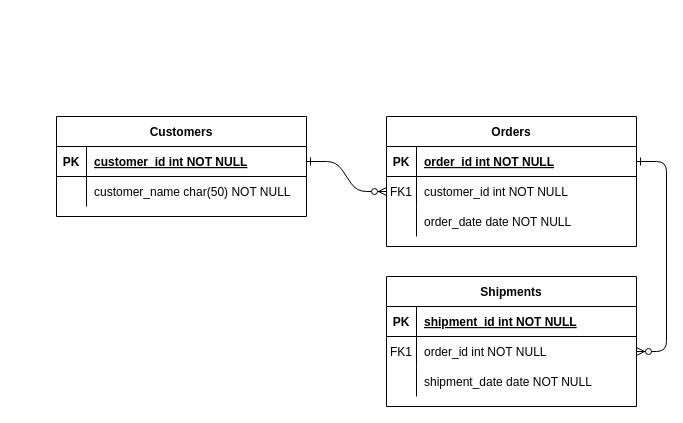
The draw.io diagram CDEK ER.drawio in krbyhome/UMLdiagrams, before the edit. Source tidied: cells renumbered, new cells numbered last; positions are measured from the earlier drawing's top-left corner, leaving out a move shared by most shapes. Both pictures are drawn from the tidied source at 100%, with x=0, y=0 at pixel (56, 116).
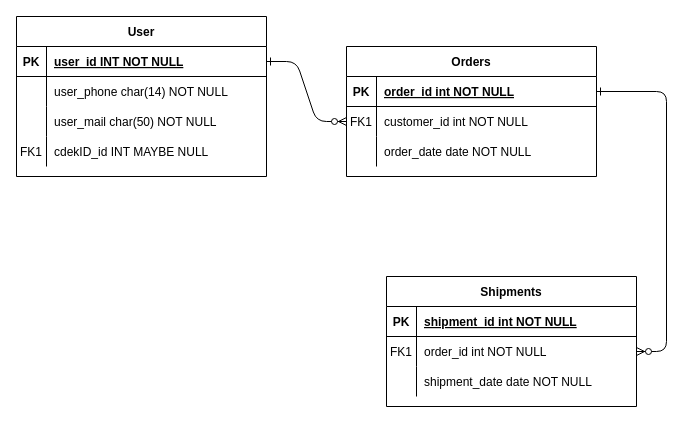
The same diagram, later.

The change refers to these unchanged cells:
```xml
<mxCell id="25" style="shape=partialRectangle;fillColor=none;points=[[0,0.5],[1,0.5]];portConstraint=eastwest;top=0;left=0;right=0;bottom=1;" parent="24" vertex="1">
  <mxGeometry y="30" width="250" height="30" as="geometry" />
</mxCell>
<mxCell id="28" style="shape=partialRectangle;fillColor=none;top=0;left=0;right=0;bottom=0;" parent="24" vertex="1">
  <mxGeometry y="60" width="250" height="30" as="geometry" />
</mxCell>
```

Diff of the diagram source:
```diff
@@
     <mxCell id="4" value="Orders" style="shape=table;startSize=30;childLayout=tableLayout;rowLines=0;fontStyle=1;align=center;" parent="1" vertex="1">
-      <mxGeometry x="330" width="250" height="130" as="geometry" />
+      <mxGeometry x="290" y="-70" width="250" height="130" as="geometry" />
     </mxCell>
@@
-    <mxCell id="24" value="Customers" style="shape=table;startSize=30;childLayout=tableLayout;rowLines=0;fontStyle=1;align=center;" parent="1" vertex="1">
-      <mxGeometry width="250" height="100" as="geometry" />
+    <mxCell id="24" value="User" style="shape=table;startSize=30;childLayout=tableLayout;rowLines=0;fontStyle=1;align=center;" parent="1" vertex="1">
+      <mxGeometry x="-40" y="-100" width="250" height="160" as="geometry" />
     </mxCell>
@@
-    <mxCell id="27" value="customer_id int NOT NULL " style="shape=partialRectangle;overflow=hidden;fillColor=none;top=0;left=0;bottom=0;right=0;align=left;spacingLeft=6;fontStyle=5;" parent="25" vertex="1">
+    <mxCell id="27" value="user_id INT NOT NULL" style="shape=partialRectangle;overflow=hidden;fillColor=none;top=0;left=0;bottom=0;right=0;align=left;spacingLeft=6;fontStyle=5;" parent="25" vertex="1">
       <mxGeometry x="30" width="220" height="30" as="geometry" />
     </mxCell>
@@
-    <mxCell id="30" value="customer_name char(50) NOT NULL" style="shape=partialRectangle;overflow=hidden;fillColor=none;top=0;left=0;bottom=0;right=0;align=left;spacingLeft=6;" parent="28" vertex="1">
+    <mxCell id="30" value="user_phone char(14) NOT NULL" style="shape=partialRectangle;overflow=hidden;fillColor=none;top=0;left=0;bottom=0;right=0;align=left;spacingLeft=6;" parent="28" vertex="1">
       <mxGeometry x="30" width="220" height="30" as="geometry" />
     </mxCell>
+    <mxCell id="31" style="shape=partialRectangle;fillColor=none;top=0;left=0;right=0;bottom=0;" parent="24" vertex="1">
+      <mxGeometry y="90" width="250" height="30" as="geometry" />
+    </mxCell>
+    <mxCell id="32" style="shape=partialRectangle;overflow=hidden;fillColor=none;top=0;left=0;bottom=0;right=0;" parent="31" vertex="1">
+      <mxGeometry width="30" height="30" as="geometry" />
+    </mxCell>
+    <mxCell id="33" value="user_mail char(50) NOT NULL" style="shape=partialRectangle;overflow=hidden;fillColor=none;top=0;left=0;bottom=0;right=0;align=left;spacingLeft=6;" parent="31" vertex="1">
+      <mxGeometry x="30" width="220" height="30" as="geometry" />
+    </mxCell>
+    <mxCell id="34" style="shape=partialRectangle;fillColor=none;top=0;left=0;right=0;bottom=0;" parent="24" vertex="1">
+      <mxGeometry y="120" width="250" height="30" as="geometry" />
+    </mxCell>
+    <mxCell id="35" value="FK1" style="shape=partialRectangle;overflow=hidden;fillColor=none;top=0;left=0;bottom=0;right=0;" parent="34" vertex="1">
+      <mxGeometry width="30" height="30" as="geometry" />
+    </mxCell>
+    <mxCell id="36" value="cdekID_id INT MAYBE NULL" style="shape=partialRectangle;overflow=hidden;fillColor=none;top=0;left=0;bottom=0;right=0;align=left;spacingLeft=6;" parent="34" vertex="1">
+      <mxGeometry x="30" width="220" height="30" as="geometry" />
+    </mxCell>
```
